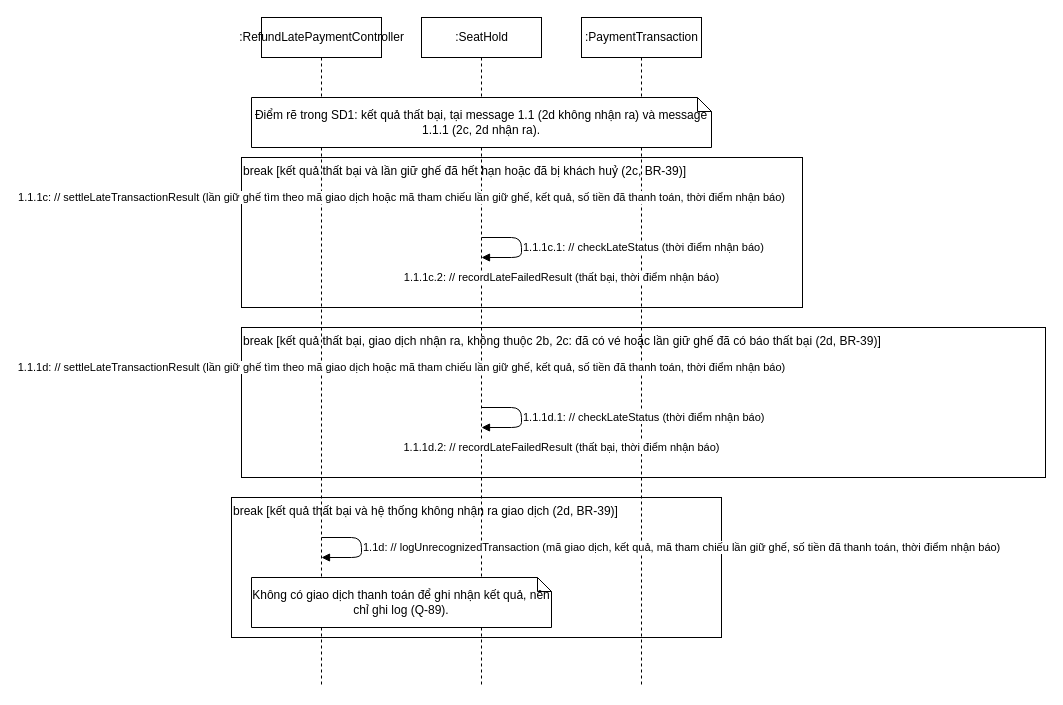
luytbq/app-dat-ve-xem-phim keeps this draw.io diagram as page "SD3 - Luồng 2c và 2d" (3 of 6) of design/diagrams/P07-sequence-UC-006.drawio. Above is the earlier version. Source tidied: cells renumbered, new cells numbered last; positions are measured from the earlier drawing's top-left corner, leaving out a move shared by most shapes. Both pictures are drawn from the tidied source at 100%, with x=0, y=0 at pixel (231, 17).
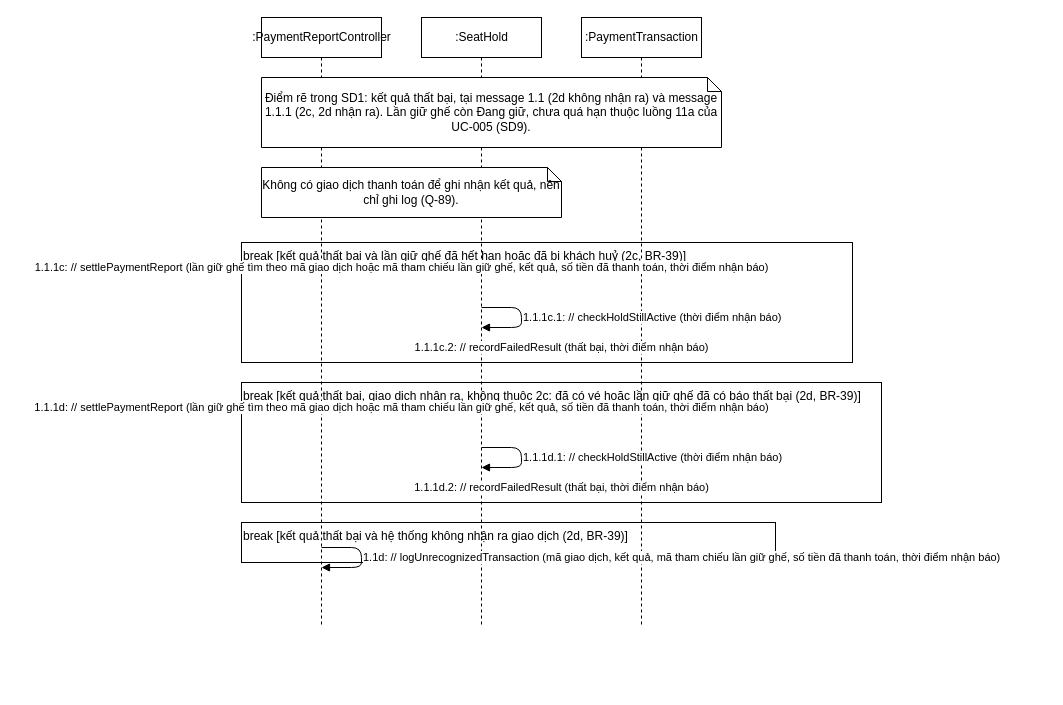
The same diagram, later.

Diff of the diagram source:
```diff
@@
-    <mxCell id="2" value=":RefundLatePaymentController" style="shape=umlLifeline;perimeter=lifelinePerimeter;html=1;" parent="1" vertex="1">
-      <mxGeometry x="30" width="120" height="670" as="geometry" />
-    </mxCell>
+    <mxCell id="17" value=":PaymentReportController" style="shape=umlLifeline;perimeter=lifelinePerimeter;html=1;" parent="1" vertex="1">
+      <mxGeometry x="30" width="120" height="610" as="geometry" />
+    </mxCell>
     <mxCell id="3" value=":SeatHold" style="shape=umlLifeline;perimeter=lifelinePerimeter;html=1;" parent="1" vertex="1">
-      <mxGeometry x="190" width="120" height="670" as="geometry" />
+      <mxGeometry x="190" width="120" height="610" as="geometry" />
     </mxCell>
     <mxCell id="4" value=":PaymentTransaction" style="shape=umlLifeline;perimeter=lifelinePerimeter;html=1;" parent="1" vertex="1">
-      <mxGeometry x="350" width="120" height="670" as="geometry" />
+      <mxGeometry x="350" width="120" height="610" as="geometry" />
     </mxCell>
     <mxCell id="5" value="break [kết quả thất bại và lần giữ ghế đã hết hạn hoặc đã bị khách huỷ (2c, BR-39)]" style="rounded=0;whiteSpace=wrap;html=1;fillColor=none;align=left;verticalAlign=top;" parent="1" vertex="1">
-      <mxGeometry x="10" y="140" width="561" height="150" as="geometry" />
+      <mxGeometry x="10" y="225" width="611" height="120" as="geometry" />
     </mxCell>
-    <mxCell id="6" value="break [kết quả thất bại, giao dịch nhận ra, không thuộc 2b, 2c: đã có vé hoặc lần giữ ghế đã có báo thất bại (2d, BR-39)]" style="rounded=0;whiteSpace=wrap;html=1;fillColor=none;align=left;verticalAlign=top;" parent="1" vertex="1">
-      <mxGeometry x="10" y="310" width="804" height="150" as="geometry" />
+    <mxCell id="6" value="break [kết quả thất bại, giao dịch nhận ra, không thuộc 2c: đã có vé hoặc lần giữ ghế đã có báo thất bại (2d, BR-39)]" style="rounded=0;whiteSpace=wrap;html=1;fillColor=none;align=left;verticalAlign=top;" parent="1" vertex="1">
+      <mxGeometry x="10" y="365" width="640" height="120" as="geometry" />
     </mxCell>
     <mxCell id="7" value="break [kết quả thất bại và hệ thống không nhận ra giao dịch (2d, BR-39)]" style="rounded=0;whiteSpace=wrap;html=1;fillColor=none;align=left;verticalAlign=top;" parent="1" vertex="1">
-      <mxGeometry y="480" width="490" height="140" as="geometry" />
+      <mxGeometry x="10" y="505" width="534" height="40" as="geometry" />
     </mxCell>
-    <mxCell id="8" value="Điểm rẽ trong SD1: kết quả thất bại, tại message 1.1 (2d không nhận ra) và message 1.1.1 (2c, 2d nhận ra)." style="shape=note;whiteSpace=wrap;html=1;size=14;" parent="1" vertex="1">
-      <mxGeometry x="20" y="80" width="460" height="50" as="geometry" />
+    <mxCell id="8" value="Điểm rẽ trong SD1: kết quả thất bại, tại message 1.1 (2d không nhận ra) và message 1.1.1 (2c, 2d nhận ra). Lần giữ ghế còn Đang giữ, chưa quá hạn thuộc luồng 11a của UC-005 (SD9)." style="shape=note;whiteSpace=wrap;html=1;size=14;" parent="1" vertex="1">
+      <mxGeometry x="30" y="60" width="460" height="70" as="geometry" />
     </mxCell>
     <mxCell id="9" value="Không có giao dịch thanh toán để ghi nhận kết quả, nên chỉ ghi log (Q-89)." style="shape=note;whiteSpace=wrap;html=1;size=14;" parent="1" vertex="1">
-      <mxGeometry x="20" y="560" width="300" height="50" as="geometry" />
+      <mxGeometry x="30" y="150" width="300" height="50" as="geometry" />
     </mxCell>
-    <mxCell id="10" value="1.1.1c: // settleLateTransactionResult (lần giữ ghế tìm theo mã giao dịch hoặc mã tham chiếu lần giữ ghế, kết quả, số tiền đã thanh toán, thời điểm nhận báo)" style="endArrow=block;endFill=1;html=1;" parent="1" edge="1">
+    <mxCell id="10" value="1.1.1c: // settlePaymentReport (lần giữ ghế tìm theo mã giao dịch hoặc mã tham chiếu lần giữ ghế, kết quả, số tiền đã thanh toán, thời điểm nhận báo)" style="endArrow=block;endFill=1;html=1;" parent="1" edge="1">
       <mxGeometry relative="1" as="geometry">
-        <mxPoint x="90" y="180" as="sourcePoint" />
-        <mxPoint x="250" y="180" as="targetPoint" />
+        <mxPoint x="90" y="250" as="sourcePoint" />
+        <mxPoint x="250" y="250" as="targetPoint" />
       </mxGeometry>
     </mxCell>
-    <mxCell id="11" value="1.1.1c.1: // checkLateStatus (thời điểm nhận báo)" style="endArrow=block;endFill=1;html=1;align=left;" parent="1" edge="1">
+    <mxCell id="11" value="1.1.1c.1: // checkHoldStillActive (thời điểm nhận báo)" style="endArrow=block;endFill=1;html=1;align=left;" parent="1" edge="1">
       <mxGeometry relative="1" as="geometry">
-        <mxPoint x="250" y="220" as="sourcePoint" />
-        <mxPoint x="250" y="240" as="targetPoint" />
+        <mxPoint x="250" y="290" as="sourcePoint" />
+        <mxPoint x="250" y="310" as="targetPoint" />
         <Array as="points">
-          <mxPoint x="290" y="220" />
-          <mxPoint x="290" y="240" />
+          <mxPoint x="290" y="290" />
+          <mxPoint x="290" y="310" />
         </Array>
       </mxGeometry>
     </mxCell>
-    <mxCell id="12" value="1.1.1c.2: // recordLateFailedResult (thất bại, thời điểm nhận báo)" style="endArrow=block;endFill=1;html=1;" parent="1" edge="1">
+    <mxCell id="12" value="1.1.1c.2: // recordFailedResult (thất bại, thời điểm nhận báo)" style="endArrow=block;endFill=1;html=1;" parent="1" edge="1">
       <mxGeometry relative="1" as="geometry">
-        <mxPoint x="250" y="260" as="sourcePoint" />
-        <mxPoint x="410" y="260" as="targetPoint" />
+        <mxPoint x="250" y="330" as="sourcePoint" />
+        <mxPoint x="410" y="330" as="targetPoint" />
       </mxGeometry>
     </mxCell>
-    <mxCell id="13" value="1.1.1d: // settleLateTransactionResult (lần giữ ghế tìm theo mã giao dịch hoặc mã tham chiếu lần giữ ghế, kết quả, số tiền đã thanh toán, thời điểm nhận báo)" style="endArrow=block;endFill=1;html=1;" parent="1" edge="1">
+    <mxCell id="13" value="1.1.1d: // settlePaymentReport (lần giữ ghế tìm theo mã giao dịch hoặc mã tham chiếu lần giữ ghế, kết quả, số tiền đã thanh toán, thời điểm nhận báo)" style="endArrow=block;endFill=1;html=1;" parent="1" edge="1">
       <mxGeometry relative="1" as="geometry">
-        <mxPoint x="90" y="350" as="sourcePoint" />
-        <mxPoint x="250" y="350" as="targetPoint" />
+        <mxPoint x="90" y="390" as="sourcePoint" />
+        <mxPoint x="250" y="390" as="targetPoint" />
       </mxGeometry>
     </mxCell>
-    <mxCell id="14" value="1.1.1d.1: // checkLateStatus (thời điểm nhận báo)" style="endArrow=block;endFill=1;html=1;align=left;" parent="1" edge="1">
+    <mxCell id="14" value="1.1.1d.1: // checkHoldStillActive (thời điểm nhận báo)" style="endArrow=block;endFill=1;html=1;align=left;" parent="1" edge="1">
       <mxGeometry relative="1" as="geometry">
-        <mxPoint x="250" y="390" as="sourcePoint" />
-        <mxPoint x="250" y="410" as="targetPoint" />
+        <mxPoint x="250" y="430" as="sourcePoint" />
+        <mxPoint x="250" y="450" as="targetPoint" />
         <Array as="points">
-          <mxPoint x="290" y="390" />
-          <mxPoint x="290" y="410" />
+          <mxPoint x="290" y="430" />
+          <mxPoint x="290" y="450" />
         </Array>
       </mxGeometry>
     </mxCell>
-    <mxCell id="15" value="1.1.1d.2: // recordLateFailedResult (thất bại, thời điểm nhận báo)" style="endArrow=block;endFill=1;html=1;" parent="1" edge="1">
+    <mxCell id="15" value="1.1.1d.2: // recordFailedResult (thất bại, thời điểm nhận báo)" style="endArrow=block;endFill=1;html=1;" parent="1" edge="1">
       <mxGeometry relative="1" as="geometry">
-        <mxPoint x="250" y="430" as="sourcePoint" />
-        <mxPoint x="410" y="430" as="targetPoint" />
+        <mxPoint x="250" y="470" as="sourcePoint" />
+        <mxPoint x="410" y="470" as="targetPoint" />
       </mxGeometry>
     </mxCell>
     <mxCell id="16" value="1.1d: // logUnrecognizedTransaction (mã giao dịch, kết quả, mã tham chiếu lần giữ ghế, số tiền đã thanh toán, thời điểm nhận báo)" style="endArrow=block;endFill=1;html=1;align=left;" parent="1" edge="1">
       <mxGeometry relative="1" as="geometry">
-        <mxPoint x="90" y="520" as="sourcePoint" />
-        <mxPoint x="90" y="540" as="targetPoint" />
+        <mxPoint x="90" y="530" as="sourcePoint" />
+        <mxPoint x="90" y="550" as="targetPoint" />
         <Array as="points">
-          <mxPoint x="130" y="520" />
-          <mxPoint x="130" y="540" />
+          <mxPoint x="130" y="530" />
+          <mxPoint x="130" y="550" />
         </Array>
       </mxGeometry>
     </mxCell>
```
